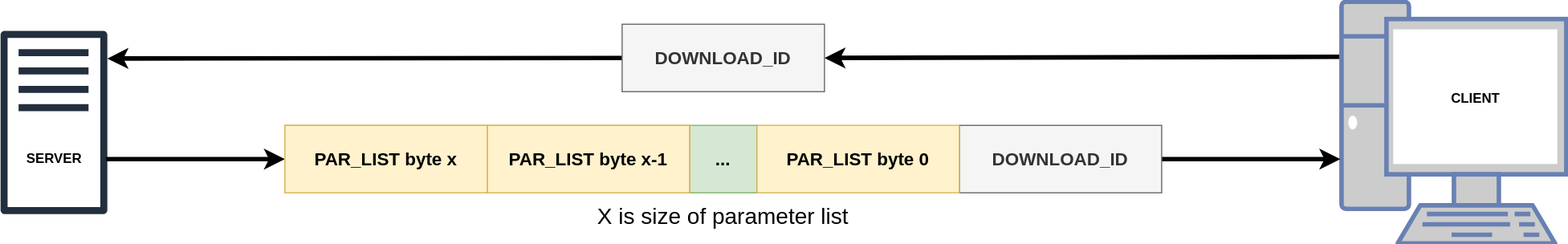
Before: print parameter.svg, a diagram exported from draw.io (MattiasV/thesis). Source tidied: cells renumbered, new cells last; positions are measured from the earlier drawing's top-left corner, leaving out a move shared by most shapes.
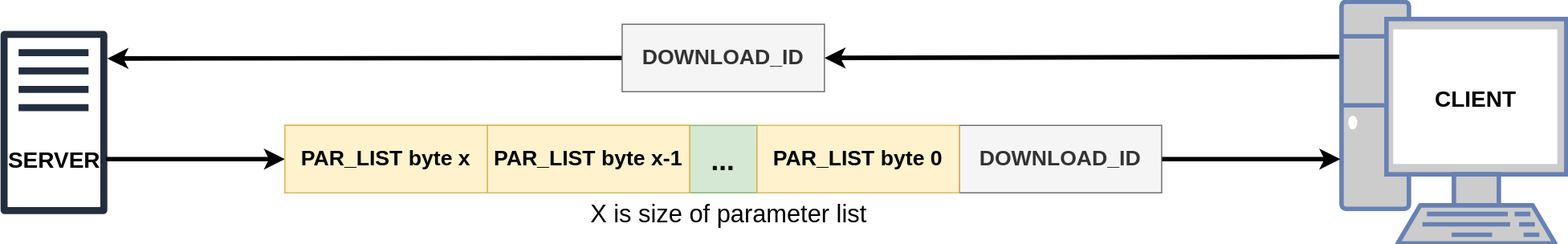
The same file after the commit.

The edit, as a diff of the source:
```diff
@@ -8,7 +8,7 @@
     <mxCell id="3" style="fontColor=#0066CC;verticalAlign=top;verticalLabelPosition=bottom;labelPosition=center;align=center;html=1;fillColor=#CCCCCC;strokeColor=#6881B3;gradientColor=none;gradientDirection=north;strokeWidth=2;shape=mxgraph.networks.pc;" parent="2" vertex="1">
       <mxGeometry width="200" height="215" as="geometry" />
     </mxCell>
-    <mxCell id="4" value="&lt;b&gt;CLIENT&lt;/b&gt;" style="text;html=1;strokeColor=none;fillColor=none;align=center;verticalAlign=middle;whiteSpace=wrap;rounded=0;" parent="2" vertex="1">
+    <mxCell id="4" value="&lt;b&gt;&lt;font style=&quot;font-size: 20px&quot;&gt;CLIENT&lt;/font&gt;&lt;/b&gt;" style="text;html=1;strokeColor=none;fillColor=none;align=center;verticalAlign=middle;whiteSpace=wrap;rounded=0;" parent="2" vertex="1">
       <mxGeometry x="93.3" y="71.7" width="53.3" height="28.7" as="geometry" />
     </mxCell>
     <mxCell id="5" style="group;" parent="1" vertex="1">
@@ -17,7 +17,7 @@
     <mxCell id="6" style="fontColor=#232F3E;gradientColor=none;fillColor=#232F3E;strokeColor=none;dashed=0;verticalLabelPosition=bottom;verticalAlign=top;align=center;html=1;fontSize=12;fontStyle=0;shape=mxgraph.aws4.traditional_server;" parent="5" vertex="1">
       <mxGeometry width="95" height="164.7" as="geometry" />
     </mxCell>
-    <mxCell id="7" value="&lt;b&gt;SERVER&lt;/b&gt;" style="text;html=1;strokeColor=none;fillColor=none;align=center;verticalAlign=middle;whiteSpace=wrap;rounded=0;" parent="5" vertex="1">
+    <mxCell id="7" value="&lt;b&gt;&lt;font style=&quot;font-size: 20px&quot;&gt;SERVER&lt;/font&gt;&lt;/b&gt;" style="text;html=1;strokeColor=none;fillColor=none;align=center;verticalAlign=middle;whiteSpace=wrap;rounded=0;" parent="5" vertex="1">
       <mxGeometry x="27.5" y="104.8" width="40" height="20" as="geometry" />
     </mxCell>
     <mxCell id="8" style="endArrow=classic;html=1;strokeWidth=4;rounded=1;entryX=1;entryY=0.5;entryDx=0;entryDy=0;" parent="1" edge="1" target="19">
@@ -35,7 +35,7 @@
         <mxPoint x="1192" y="140" as="targetPoint" />
       </mxGeometry>
     </mxCell>
-    <mxCell id="11" value="&lt;b&gt;&lt;font style=&quot;font-size: 16px&quot;&gt;...&lt;/font&gt;&lt;/b&gt;" style="rounded=0;whiteSpace=wrap;html=1;fillColor=#d5e8d4;strokeColor=#82b366;" parent="1" vertex="1">
+    <mxCell id="11" value="&lt;b&gt;&lt;font style=&quot;font-size: 25px&quot;&gt;...&lt;/font&gt;&lt;/b&gt;" style="rounded=0;whiteSpace=wrap;html=1;fillColor=#d5e8d4;strokeColor=#82b366;" parent="1" vertex="1">
       <mxGeometry x="613" y="110" width="60" height="60" as="geometry" />
     </mxCell>
     <mxCell id="12" style="endArrow=classic;html=1;strokeWidth=4;rounded=1;exitX=1;exitY=0.5;exitDx=0;exitDy=0;" parent="1" edge="1">
@@ -50,26 +50,26 @@
     <mxCell id="13" style="group;" parent="1" vertex="1">
       <mxGeometry x="673" y="110" width="360" height="60" as="geometry" />
     </mxCell>
-    <mxCell id="14" value="&lt;b&gt;&lt;font style=&quot;font-size: 16px&quot;&gt;DOWNLOAD_ID&lt;/font&gt;&lt;/b&gt;" style="rounded=0;whiteSpace=wrap;html=1;fillColor=#f5f5f5;strokeColor=#666666;fontColor=#333333;" parent="13" vertex="1">
+    <mxCell id="14" value="&lt;b&gt;&lt;font style=&quot;font-size: 19px&quot;&gt;DOWNLOAD_ID&lt;/font&gt;&lt;/b&gt;" style="rounded=0;whiteSpace=wrap;html=1;fillColor=#f5f5f5;strokeColor=#666666;fontColor=#333333;" parent="13" vertex="1">
       <mxGeometry x="180" width="180" height="60" as="geometry" />
     </mxCell>
-    <mxCell id="15" value="&lt;b&gt;&lt;font style=&quot;font-size: 16px&quot;&gt;PAR_LIST byte 0&lt;/font&gt;&lt;/b&gt;" style="rounded=0;whiteSpace=wrap;html=1;fillColor=#fff2cc;strokeColor=#d6b656;" parent="13" vertex="1">
+    <mxCell id="15" value="&lt;b&gt;&lt;font style=&quot;font-size: 19px&quot;&gt;PAR_LIST byte 0&lt;/font&gt;&lt;/b&gt;" style="rounded=0;whiteSpace=wrap;html=1;fillColor=#fff2cc;strokeColor=#d6b656;" parent="13" vertex="1">
       <mxGeometry width="180" height="60" as="geometry" />
     </mxCell>
     <mxCell id="16" style="group;fillColor=#fff2cc;strokeColor=#d6b656;" parent="1" vertex="1">
       <mxGeometry x="253" y="110" width="360" height="60" as="geometry" />
     </mxCell>
-    <mxCell id="17" value="&lt;b&gt;&lt;font style=&quot;font-size: 16px&quot;&gt;PAR_LIST byte x-1&lt;/font&gt;&lt;/b&gt;" style="rounded=0;whiteSpace=wrap;html=1;fillColor=#fff2cc;strokeColor=#d6b656;" parent="16" vertex="1">
+    <mxCell id="17" value="&lt;b&gt;&lt;font style=&quot;font-size: 19px&quot;&gt;PAR_LIST byte x-1&lt;/font&gt;&lt;/b&gt;" style="rounded=0;whiteSpace=wrap;html=1;fillColor=#fff2cc;strokeColor=#d6b656;" parent="16" vertex="1">
       <mxGeometry x="180" width="180" height="60" as="geometry" />
     </mxCell>
-    <mxCell id="18" value="&lt;b&gt;&lt;font style=&quot;font-size: 16px&quot;&gt;PAR_LIST byte x&lt;/font&gt;&lt;/b&gt;" style="rounded=0;whiteSpace=wrap;html=1;fillColor=#fff2cc;strokeColor=#d6b656;" parent="16" vertex="1">
+    <mxCell id="18" value="&lt;b&gt;&lt;font style=&quot;font-size: 19px&quot;&gt;PAR_LIST byte x&lt;/font&gt;&lt;/b&gt;" style="rounded=0;whiteSpace=wrap;html=1;fillColor=#fff2cc;strokeColor=#d6b656;" parent="16" vertex="1">
       <mxGeometry width="180" height="60" as="geometry" />
     </mxCell>
-    <mxCell id="19" value="&lt;b&gt;&lt;font style=&quot;font-size: 16px&quot;&gt;DOWNLOAD_ID&lt;/font&gt;&lt;/b&gt;" style="rounded=0;whiteSpace=wrap;html=1;fillColor=#f5f5f5;strokeColor=#666666;fontColor=#333333;" parent="1" vertex="1">
+    <mxCell id="19" value="&lt;b&gt;&lt;font style=&quot;font-size: 19px&quot;&gt;DOWNLOAD_ID&lt;/font&gt;&lt;/b&gt;" style="rounded=0;whiteSpace=wrap;html=1;fillColor=#f5f5f5;strokeColor=#666666;fontColor=#333333;" parent="1" vertex="1">
       <mxGeometry x="553" y="20" width="180" height="60" as="geometry" />
     </mxCell>
-    <mxCell id="20" value="&lt;font style=&quot;font-size: 20px&quot;&gt;X is size of parameter list&lt;/font&gt;" style="text;html=1;strokeColor=none;fillColor=none;align=center;verticalAlign=middle;whiteSpace=wrap;rounded=0;" parent="1" vertex="1">
-      <mxGeometry x="523" y="180" width="240" height="20" as="geometry" />
+    <mxCell id="20" value="&lt;font style=&quot;font-size: 22px&quot;&gt;X is size of parameter list&lt;/font&gt;" style="text;html=1;strokeColor=none;fillColor=none;align=center;verticalAlign=middle;whiteSpace=wrap;rounded=0;" parent="1" vertex="1">
+      <mxGeometry x="523" y="180" width="250" height="20" as="geometry" />
     </mxCell>
   </root>
 </mxGraphModel>
```
